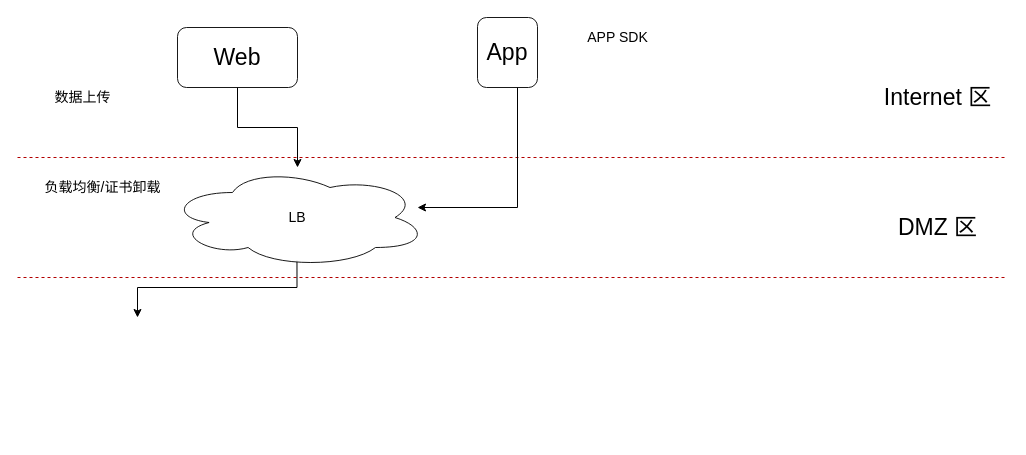
zeng0550/free-programming-books keeps this draw.io diagram as 通用平台上线.drawio. Above is the earlier version. Source tidied: cells renumbered, new cells numbered last; positions are measured from the earlier drawing's top-left corner, leaving out a move shared by most shapes. Both pictures are drawn from the tidied source at 100%, with x=0, y=0 at pixel (17, 17).
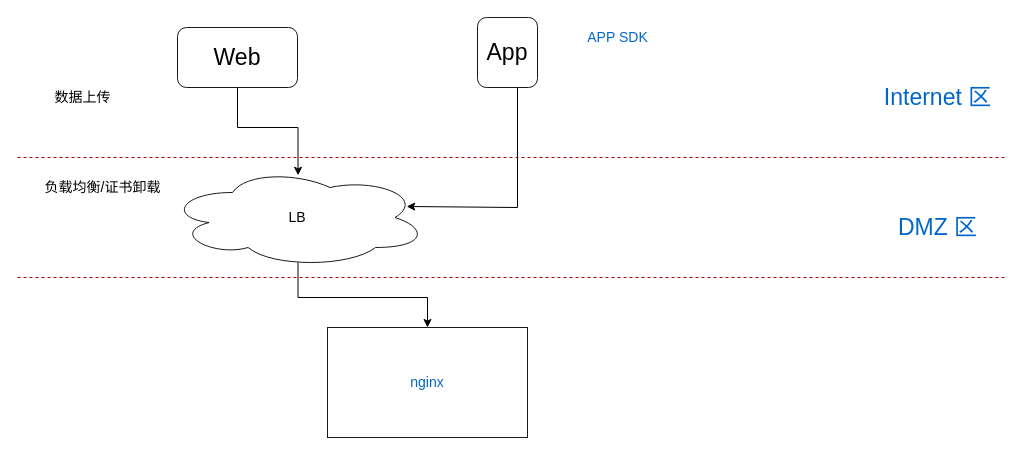
The same diagram, later.

Commit message (it also covers changes not shown here):
更新通用平台上线.drawio

Unchanged cells that the change refers to:
```xml
<mxCell id="6" value="Web" style="rounded=1;whiteSpace=wrap;html=1;fontSize=23;strokeWidth=1;opacity=90;" parent="1" vertex="1">
  <mxGeometry x="160" y="10" width="120" height="60" as="geometry" />
</mxCell>
<mxCell id="8" value="App" style="rounded=1;whiteSpace=wrap;html=1;fontSize=23;strokeWidth=1;opacity=90;" parent="1" vertex="1">
  <mxGeometry x="460" width="60" height="70" as="geometry" />
</mxCell>
<mxCell id="12" value="LB" style="ellipse;shape=cloud;whiteSpace=wrap;html=1;fontSize=14;strokeWidth=1;opacity=90;" parent="1" vertex="1">
  <mxGeometry x="150" y="150" width="260" height="100" as="geometry" />
</mxCell>
```

Change to the diagram source:
```diff
@@
-    <mxCell id="4" value="&lt;span style=&quot;font-size: 23px&quot;&gt;Internet 区&lt;/span&gt;" style="text;html=1;align=center;verticalAlign=middle;strokeColor=none;fillColor=none;strokeWidth=9;perimeterSpacing=7;opacity=90;" parent="1" vertex="1">
+    <mxCell id="4" value="&lt;span style=&quot;font-size: 23px&quot;&gt;&lt;font color=&quot;#0066cc&quot;&gt;Internet 区&lt;/font&gt;&lt;/span&gt;" style="text;html=1;align=center;verticalAlign=middle;strokeColor=none;fillColor=none;strokeWidth=9;perimeterSpacing=7;opacity=90;" parent="1" vertex="1">
       <mxGeometry x="860" y="70" width="120" height="20" as="geometry" />
     </mxCell>
-    <mxCell id="5" style="edgeStyle=orthogonalEdgeStyle;rounded=0;jettySize=auto;html=1;exitX=0.5;exitY=1;exitDx=0;exitDy=0;fontSize=14;" parent="1" edge="1" source="6" target="12">
+    <mxCell id="5" style="edgeStyle=orthogonalEdgeStyle;rounded=0;jettySize=auto;html=1;exitX=0.5;exitY=1;exitDx=0;exitDy=0;fontSize=14;entryX=0.502;entryY=0.078;entryDx=0;entryDy=0;entryPerimeter=0;" parent="1" edge="1" source="6" target="12">
       <mxGeometry relative="1" as="geometry" />
     </mxCell>
@@
-    <mxCell id="7" style="edgeStyle=orthogonalEdgeStyle;rounded=0;jettySize=auto;html=1;fontSize=14;" parent="1" edge="1" source="8">
+    <mxCell id="7" style="edgeStyle=orthogonalEdgeStyle;rounded=0;jettySize=auto;html=1;fontSize=14;entryX=0.92;entryY=0.39;entryDx=0;entryDy=0;entryPerimeter=0;" parent="1" edge="1" source="8" target="12">
       <mxGeometry relative="1" as="geometry">
-        <mxPoint x="400" y="190" as="targetPoint" />
         <Array as="points">
           <mxPoint x="500" y="190" />
         </Array>
       </mxGeometry>
     </mxCell>
@@
-    <mxCell id="9" value="APP SDK" style="text;html=1;align=center;verticalAlign=middle;strokeColor=none;fillColor=none;fontSize=14;" parent="1" vertex="1">
+    <mxCell id="9" value="&lt;font color=&quot;#0066cc&quot;&gt;APP SDK&lt;/font&gt;" style="text;html=1;align=center;verticalAlign=middle;strokeColor=none;fillColor=none;fontSize=14;" parent="1" vertex="1">
       <mxGeometry x="560" y="10" width="80" height="20" as="geometry" />
     </mxCell>
@@
-    <mxCell id="11" style="edgeStyle=orthogonalEdgeStyle;rounded=0;jettySize=auto;html=1;fontSize=14;exitX=0.498;exitY=0.926;exitDx=0;exitDy=0;exitPerimeter=0;" parent="1" edge="1" source="12">
-      <mxGeometry relative="1" as="geometry">
-        <mxPoint x="120" y="300" as="targetPoint" />
-        <Array as="points">
-          <mxPoint x="280" y="270" />
-          <mxPoint x="120" y="270" />
-        </Array>
-      </mxGeometry>
-    </mxCell>
+    <mxCell id="15" style="edgeStyle=orthogonalEdgeStyle;rounded=0;jettySize=auto;html=1;fontSize=14;fontColor=#0066CC;exitX=0.502;exitY=0.95;exitDx=0;exitDy=0;exitPerimeter=0;" parent="1" edge="1" source="12" target="16">
+      <mxGeometry relative="1" as="geometry" />
+    </mxCell>
@@
-    <mxCell id="13" value="&lt;span style=&quot;font-size: 23px&quot;&gt;DMZ 区&lt;/span&gt;" style="text;html=1;align=center;verticalAlign=middle;strokeColor=none;fillColor=none;strokeWidth=9;perimeterSpacing=7;opacity=90;" parent="1" vertex="1">
+    <mxCell id="13" value="&lt;span style=&quot;font-size: 23px&quot;&gt;&lt;font color=&quot;#0066cc&quot;&gt;DMZ 区&lt;/font&gt;&lt;/span&gt;" style="text;html=1;align=center;verticalAlign=middle;strokeColor=none;fillColor=none;strokeWidth=9;perimeterSpacing=7;opacity=90;" parent="1" vertex="1">
       <mxGeometry x="875" y="200" width="90" height="20" as="geometry" />
     </mxCell>
@@
+    <mxCell id="16" value="nginx" style="rounded=0;whiteSpace=wrap;html=1;fontSize=14;fontColor=#0066CC;strokeWidth=1;opacity=90;" parent="1" vertex="1">
+      <mxGeometry x="310" y="310" width="200" height="110" as="geometry" />
+    </mxCell>
```
